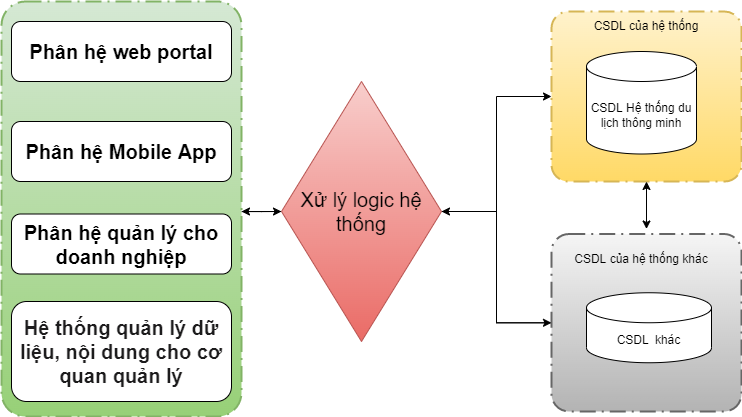
Earlier version of the draw.io export tcdl-Page-8.drawio.png (letheanh12345/Draw-io). Source tidied: cells renumbered, new cells last; positions are measured from the earlier drawing's top-left corner, leaving out a move shared by most shapes.
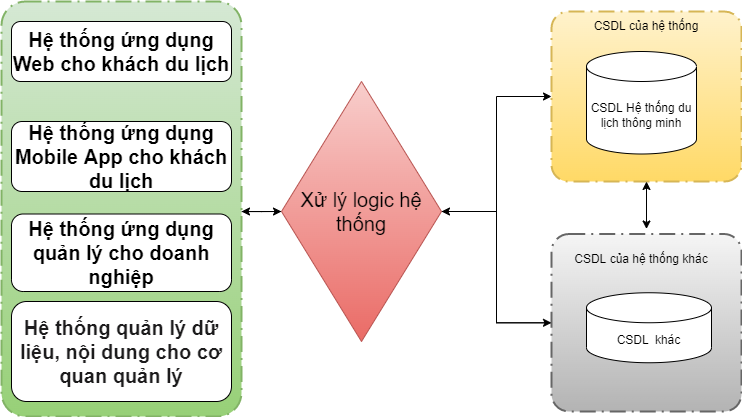
Later version of the same file.

Change to the diagram source:
```diff
@@ -24,14 +24,14 @@
     <mxCell id="7" style="rounded=1;arcSize=10;dashed=1;dashPattern=8 3 1 3;strokeWidth=2;fontStyle=1;fontSize=20;fillColor=#d5e8d4;strokeColor=#82b366;gradientColor=#97d077;" parent="1" vertex="1">
       <mxGeometry width="240" height="415" as="geometry" />
     </mxCell>
-    <mxCell id="8" value="&lt;b&gt;&lt;font style=&quot;font-size: 20px;&quot;&gt;Phân hệ web portal&lt;/font&gt;&lt;/b&gt;" style="rounded=1;whiteSpace=wrap;html=1;" parent="1" vertex="1">
+    <mxCell id="8" value="&lt;b&gt;&lt;font style=&quot;font-size: 20px;&quot;&gt;Hệ thống ứng dụng Web cho khách du lịch&lt;/font&gt;&lt;/b&gt;" style="rounded=1;whiteSpace=wrap;html=1;" parent="1" vertex="1">
       <mxGeometry x="10" y="20" width="220" height="60" as="geometry" />
     </mxCell>
-    <mxCell id="9" value="&lt;b&gt;&lt;font style=&quot;font-size: 20px;&quot;&gt;Phân hệ Mobile App&lt;/font&gt;&lt;/b&gt;" style="rounded=1;whiteSpace=wrap;html=1;" parent="1" vertex="1">
-      <mxGeometry x="10" y="120" width="220" height="60" as="geometry" />
+    <mxCell id="9" value="&lt;b&gt;&lt;font style=&quot;font-size: 20px;&quot;&gt;Hệ thống ứng dụng Mobile App cho khách du lịch&lt;/font&gt;&lt;/b&gt;" style="rounded=1;whiteSpace=wrap;html=1;" parent="1" vertex="1">
+      <mxGeometry x="10" y="120" width="220" height="70" as="geometry" />
     </mxCell>
-    <mxCell id="10" value="&lt;b&gt;&lt;font style=&quot;font-size: 20px;&quot;&gt;Phân hệ quản lý cho doanh nghiệp&lt;/font&gt;&lt;/b&gt;" style="rounded=1;whiteSpace=wrap;html=1;" parent="1" vertex="1">
-      <mxGeometry x="10" y="212.5" width="220" height="60" as="geometry" />
+    <mxCell id="10" value="&lt;b&gt;&lt;font style=&quot;font-size: 20px;&quot;&gt;Hệ thống ứng dụng quản lý cho doanh nghiệp&lt;/font&gt;&lt;/b&gt;" style="rounded=1;whiteSpace=wrap;html=1;" parent="1" vertex="1">
+      <mxGeometry x="10" y="212.5" width="220" height="77.5" as="geometry" />
     </mxCell>
     <mxCell id="11" value="&lt;span style=&quot;color: rgb(29, 28, 29); font-family: Slack-Lato, Slack-Fractions, appleLogo, sans-serif; font-variant-ligatures: common-ligatures; text-align: left; background-color: rgb(255, 255, 255);&quot;&gt;&lt;b style=&quot;&quot;&gt;&lt;font style=&quot;font-size: 20px;&quot;&gt;Hệ thống quản lý dữ liệu, nội dung cho cơ quan quản lý&lt;/font&gt;&lt;/b&gt;&lt;/span&gt;" style="rounded=1;whiteSpace=wrap;html=1;" parent="1" vertex="1">
       <mxGeometry x="10" y="300" width="220" height="100" as="geometry" />
```
